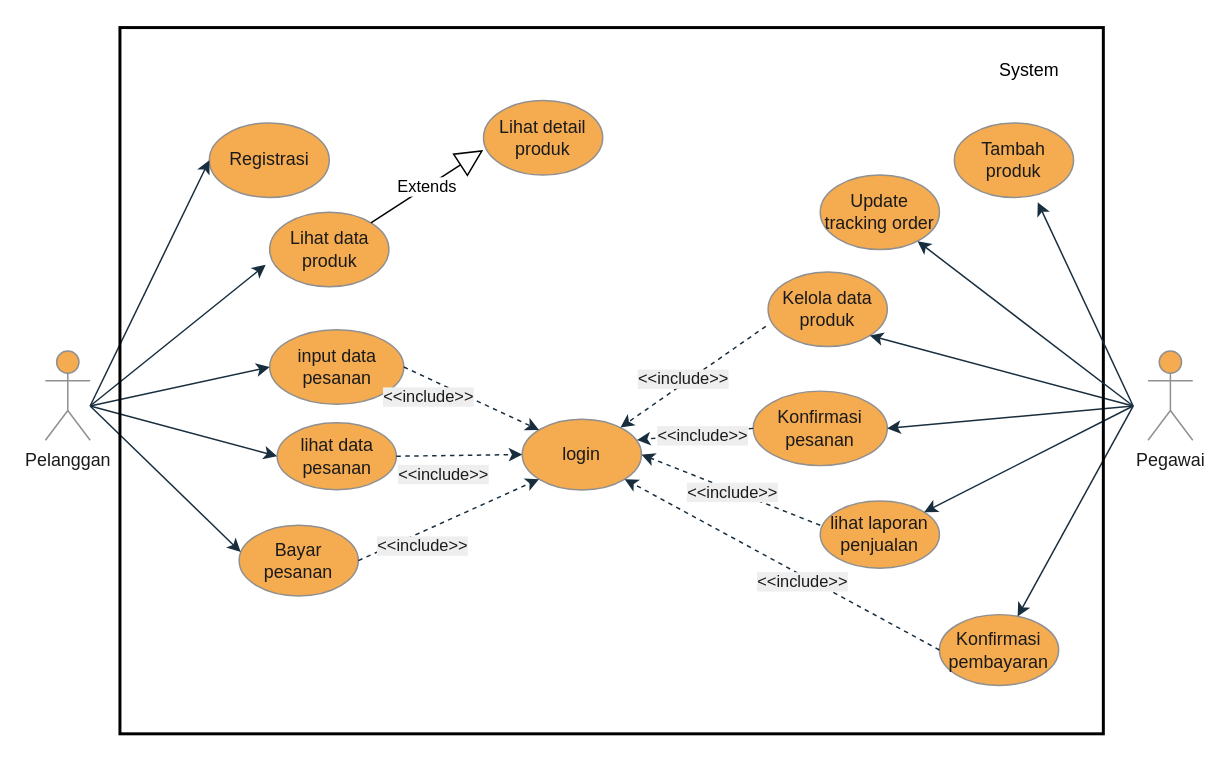
The draw.io diagram page "use case diagram" (28 of 34) of Revisi 2/diagram/diagram mix 28 des.drawio in Maratussholikha11/TUGAS-AKHIR-MAR2, before the edit. Source tidied: cells renumbered, new cells numbered last; positions are measured from the earlier drawing's top-left corner, leaving out a move shared by most shapes. Both pictures are drawn from the tidied source at 149%, with x=0, y=0 at pixel (45, 27).
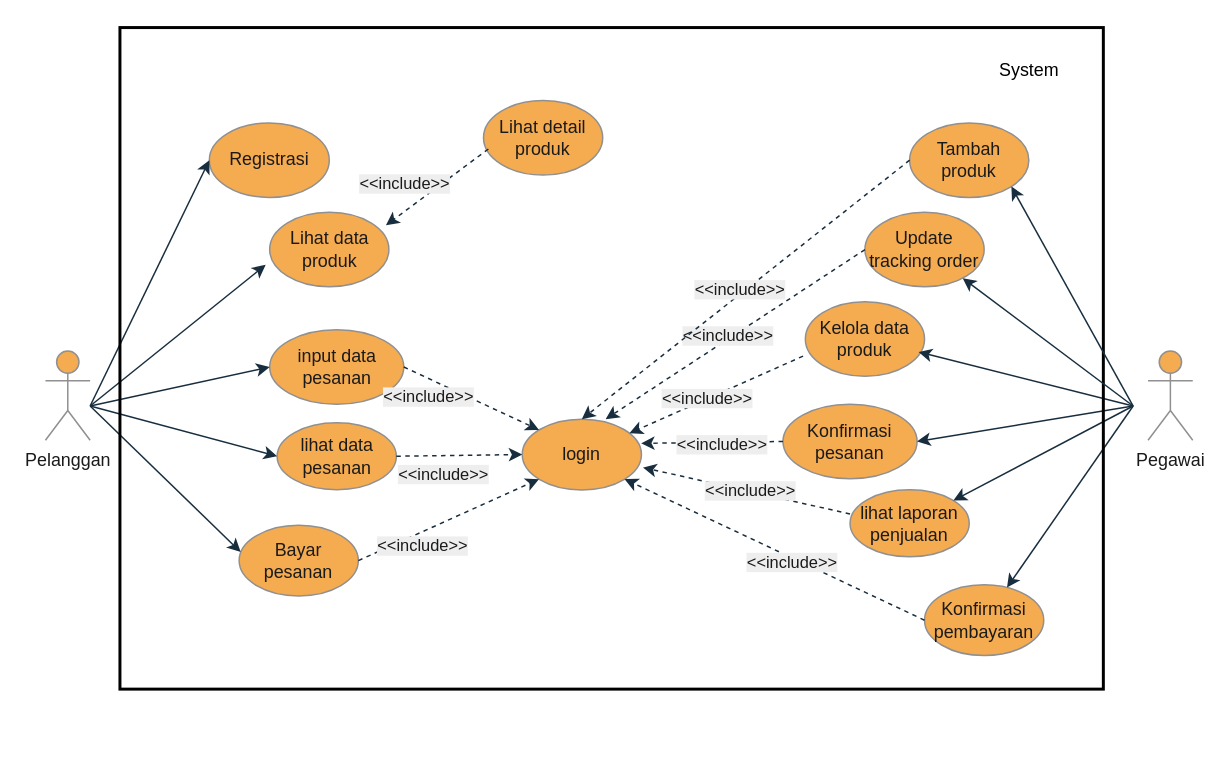
Above is the later version.

The change refers to these unchanged cells:
```xml
<mxCell id="3" value="login" style="ellipse;whiteSpace=wrap;html=1;fillColor=#F5AB50;strokeColor=#909090;fontColor=#1A1A1A;" parent="1" vertex="1">
  <mxGeometry x="320" y="262.8" width="80" height="47.5" as="geometry" />
</mxCell>
<mxCell id="5" value="Lihat data produk" style="ellipse;whiteSpace=wrap;html=1;fillColor=#F5AB50;strokeColor=#909090;fontColor=#1A1A1A;" parent="1" vertex="1">
  <mxGeometry x="150.5" y="124" width="80" height="50" as="geometry" />
</mxCell>
<mxCell id="38" value="Lihat detail produk" style="ellipse;whiteSpace=wrap;html=1;fillColor=#F5AB50;strokeColor=#909090;fontColor=#1A1A1A;" parent="1" vertex="1">
  <mxGeometry x="294" y="49" width="80" height="50" as="geometry" />
</mxCell>
```

Change to the diagram source:
```diff
@@
     <mxCell id="21" value="lihat laporan penjualan" style="ellipse;whiteSpace=wrap;html=1;fillColor=#F5AB50;strokeColor=#909090;fontColor=#1A1A1A;" parent="1" vertex="1">
-      <mxGeometry x="520" y="317.8" width="80" height="45" as="geometry" />
+      <mxGeometry x="540" y="310.2" width="80" height="45" as="geometry" />
     </mxCell>
     <mxCell id="22" value="Kelola data produk" style="ellipse;whiteSpace=wrap;html=1;fillColor=#F5AB50;strokeColor=#909090;fontColor=#1A1A1A;" parent="1" vertex="1">
-      <mxGeometry x="485" y="164" width="80" height="50" as="geometry" />
+      <mxGeometry x="510" y="184" width="80" height="50" as="geometry" />
     </mxCell>
     <mxCell id="23" value="Konfirmasi pesanan" style="ellipse;whiteSpace=wrap;html=1;fillColor=#F5AB50;strokeColor=#909090;fontColor=#1A1A1A;" parent="1" vertex="1">
-      <mxGeometry x="475" y="244" width="90" height="50" as="geometry" />
+      <mxGeometry x="495" y="252.8" width="90" height="50" as="geometry" />
     </mxCell>
     <mxCell id="24" value="Konfirmasi pembayaran" style="ellipse;whiteSpace=wrap;html=1;fillColor=#F5AB50;strokeColor=#909090;fontColor=#1A1A1A;" parent="1" vertex="1">
-      <mxGeometry x="600" y="394" width="80" height="47.5" as="geometry" />
+      <mxGeometry x="590" y="374" width="80" height="47.5" as="geometry" />
     </mxCell>
@@
-    <mxCell id="27" style="endArrow=classic;html=1;rounded=0;dashed=1;labelBackgroundColor=#EEEEEE;strokeColor=#182E3E;fontColor=#1A1A1A;exitX=0;exitY=0.5;exitDx=0;exitDy=0;entryX=0.963;entryY=0.295;entryDx=0;entryDy=0;entryPerimeter=0;" parent="1" edge="1" source="23" target="3">
+    <mxCell id="27" style="endArrow=classic;html=1;rounded=0;dashed=1;labelBackgroundColor=#EEEEEE;strokeColor=#182E3E;fontColor=#1A1A1A;exitX=0;exitY=0.5;exitDx=0;exitDy=0;entryX=0.997;entryY=0.342;entryDx=0;entryDy=0;entryPerimeter=0;" parent="1" edge="1" source="23" target="3">
       <mxGeometry relative="1" as="geometry" />
     </mxCell>
@@
-    <mxCell id="29" style="endArrow=classic;html=1;rounded=0;dashed=1;labelBackgroundColor=#EEEEEE;strokeColor=#182E3E;fontColor=#1A1A1A;entryX=1;entryY=0.5;entryDx=0;entryDy=0;exitX=0;exitY=0.361;exitDx=0;exitDy=0;exitPerimeter=0;" parent="1" edge="1" source="21" target="3">
+    <mxCell id="29" style="endArrow=classic;html=1;rounded=0;dashed=1;labelBackgroundColor=#EEEEEE;strokeColor=#182E3E;fontColor=#1A1A1A;entryX=1.013;entryY=0.684;entryDx=0;entryDy=0;exitX=0;exitY=0.361;exitDx=0;exitDy=0;exitPerimeter=0;entryPerimeter=0;" parent="1" edge="1" source="21" target="3">
       <mxGeometry relative="1" as="geometry" />
     </mxCell>
@@
-    <mxCell id="31" style="endArrow=classic;html=1;rounded=0;labelBackgroundColor=#EEEEEE;strokeColor=#182E3E;fontColor=#1A1A1A;entryX=1;entryY=1;entryDx=0;entryDy=0;" parent="1" edge="1" target="22">
+    <mxCell id="31" style="endArrow=classic;html=1;rounded=0;labelBackgroundColor=#EEEEEE;strokeColor=#182E3E;fontColor=#1A1A1A;entryX=0.95;entryY=0.675;entryDx=0;entryDy=0;entryPerimeter=0;" parent="1" edge="1" target="22">
       <mxGeometry relative="1" as="geometry">
         <mxPoint x="730" y="254" as="sourcePoint" />
       </mxGeometry>
     </mxCell>
@@
     <mxCell id="35" style="rounded=0;whiteSpace=wrap;html=1;fillStyle=auto;strokeWidth=2;fillColor=none;" parent="1" vertex="1">
-      <mxGeometry x="50" width="660" height="474" as="geometry" />
+      <mxGeometry x="50" width="660" height="444" as="geometry" />
     </mxCell>
@@
-    <mxCell id="37" value="Extends" style="endArrow=block;endSize=16;endFill=0;html=1;rounded=0;entryX=-0.003;entryY=0.665;entryDx=0;entryDy=0;entryPerimeter=0;" parent="1" edge="1" source="5" target="38">
-      <mxGeometry relative="1" as="geometry" />
-    </mxCell>
@@
     <mxCell id="39" value="Tambah produk" style="ellipse;whiteSpace=wrap;html=1;fillColor=#F5AB50;strokeColor=#909090;fontColor=#1A1A1A;" parent="1" vertex="1">
-      <mxGeometry x="610" y="64" width="80" height="50" as="geometry" />
+      <mxGeometry x="580" y="64" width="80" height="50" as="geometry" />
     </mxCell>
     <mxCell id="40" value="Update tracking order" style="ellipse;whiteSpace=wrap;html=1;fillColor=#F5AB50;strokeColor=#909090;fontColor=#1A1A1A;" parent="1" vertex="1">
-      <mxGeometry x="520" y="99" width="80" height="50" as="geometry" />
+      <mxGeometry x="550" y="124" width="80" height="50" as="geometry" />
     </mxCell>
@@
-    <mxCell id="43" style="endArrow=classic;html=1;rounded=0;labelBackgroundColor=#EEEEEE;strokeColor=#182E3E;fontColor=#1A1A1A;entryX=0.7;entryY=1.065;entryDx=0;entryDy=0;entryPerimeter=0;" parent="1" edge="1" target="39">
+    <mxCell id="43" style="endArrow=classic;html=1;rounded=0;labelBackgroundColor=#EEEEEE;strokeColor=#182E3E;fontColor=#1A1A1A;entryX=1;entryY=1;entryDx=0;entryDy=0;" parent="1" edge="1" target="39">
       <mxGeometry relative="1" as="geometry">
         <mxPoint x="730" y="254" as="sourcePoint" />
       </mxGeometry>
     </mxCell>
@@
+    <mxCell id="45" style="endArrow=classic;html=1;rounded=0;dashed=1;entryX=0.975;entryY=0.175;entryDx=0;entryDy=0;labelBackgroundColor=#EEEEEE;strokeColor=#182E3E;fontColor=#1A1A1A;exitX=0.041;exitY=0.65;exitDx=0;exitDy=0;entryPerimeter=0;exitPerimeter=0;" parent="1" edge="1" source="38" target="5">
+      <mxGeometry relative="1" as="geometry" />
+    </mxCell>
+    <mxCell id="46" value="&amp;lt;&amp;lt;include&amp;gt;&amp;gt;" style="edgeLabel;html=1;align=center;verticalAlign=middle;labelBackgroundColor=#EEEEEE;fontColor=#1A1A1A;" parent="45" vertex="1">
+      <mxGeometry x="-0.09" relative="1" as="geometry">
+        <mxPoint x="-26" as="offset" />
+      </mxGeometry>
+    </mxCell>
+    <mxCell id="47" style="endArrow=classic;html=1;rounded=0;dashed=1;labelBackgroundColor=#EEEEEE;strokeColor=#182E3E;fontColor=#1A1A1A;exitX=0;exitY=0.5;exitDx=0;exitDy=0;entryX=0.7;entryY=0;entryDx=0;entryDy=0;entryPerimeter=0;" parent="1" edge="1" source="40" target="3">
+      <mxGeometry relative="1" as="geometry" />
+    </mxCell>
+    <mxCell id="48" value="&amp;lt;&amp;lt;include&amp;gt;&amp;gt;" style="edgeLabel;html=1;align=center;verticalAlign=middle;labelBackgroundColor=#EEEEEE;fontColor=#1A1A1A;" parent="47" vertex="1">
+      <mxGeometry x="-0.04" y="2" relative="1" as="geometry">
+        <mxPoint x="-10" y="1" as="offset" />
+      </mxGeometry>
+    </mxCell>
+    <mxCell id="49" style="endArrow=classic;html=1;rounded=0;dashed=1;labelBackgroundColor=#EEEEEE;strokeColor=#182E3E;fontColor=#1A1A1A;exitX=0;exitY=0.5;exitDx=0;exitDy=0;entryX=0.5;entryY=0;entryDx=0;entryDy=0;" parent="1" edge="1" source="39" target="3">
+      <mxGeometry relative="1" as="geometry" />
+    </mxCell>
+    <mxCell id="50" value="&amp;lt;&amp;lt;include&amp;gt;&amp;gt;" style="edgeLabel;html=1;align=center;verticalAlign=middle;labelBackgroundColor=#EEEEEE;fontColor=#1A1A1A;" parent="49" vertex="1">
+      <mxGeometry x="-0.04" y="2" relative="1" as="geometry">
+        <mxPoint x="-10" y="1" as="offset" />
+      </mxGeometry>
+    </mxCell>
```
